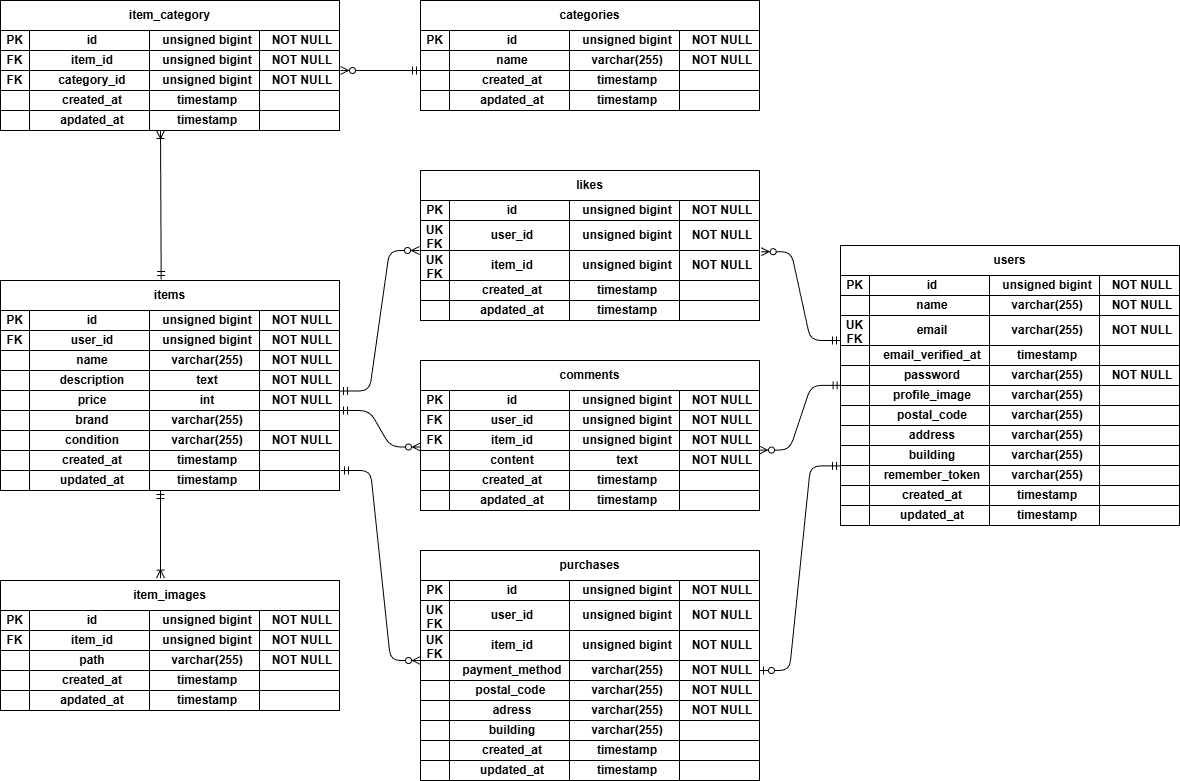
This is erd.drawio.png from yuno-zawa/flea-market-app, a draw.io export, as it was before one commit. Source tidied: cells renumbered, new cells last; positions are measured from the earlier drawing's top-left corner, leaving out a move shared by most shapes.
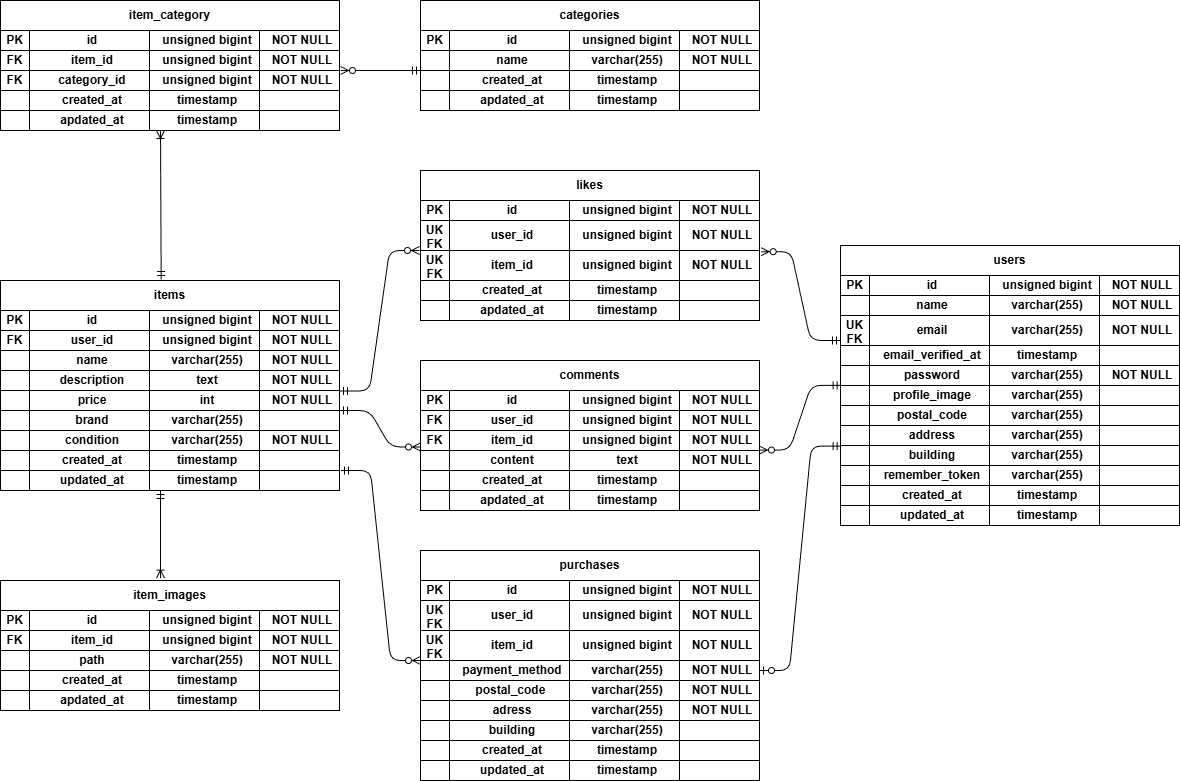
Later version of the same file.

Change to the diagram source:
```diff
@@ -902,8 +902,12 @@
         </Array>
       </mxGeometry>
     </mxCell>
-    <mxCell id="293" style="edgeStyle=entityRelationEdgeStyle;fontSize=12;html=1;endArrow=ERzeroToOne;startArrow=ERmandOne;exitX=0;exitY=0.019;exitDx=0;exitDy=0;exitPerimeter=0;entryX=1;entryY=0.5;entryDx=0;entryDy=0;" parent="1" edge="1" source="94" target="255">
-      <mxGeometry relative="1" as="geometry" />
+    <mxCell id="293" style="edgeStyle=entityRelationEdgeStyle;fontSize=12;html=1;endArrow=ERzeroToOne;startArrow=ERmandOne;exitX=0.002;exitY=0.029;exitDx=0;exitDy=0;exitPerimeter=0;entryX=1;entryY=0.5;entryDx=0;entryDy=0;" parent="1" edge="1" source="89" target="255">
+      <mxGeometry relative="1" as="geometry">
+        <Array as="points">
+          <mxPoint x="799" y="470" />
+        </Array>
+      </mxGeometry>
     </mxCell>
   </root>
 </mxGraphModel>
```
